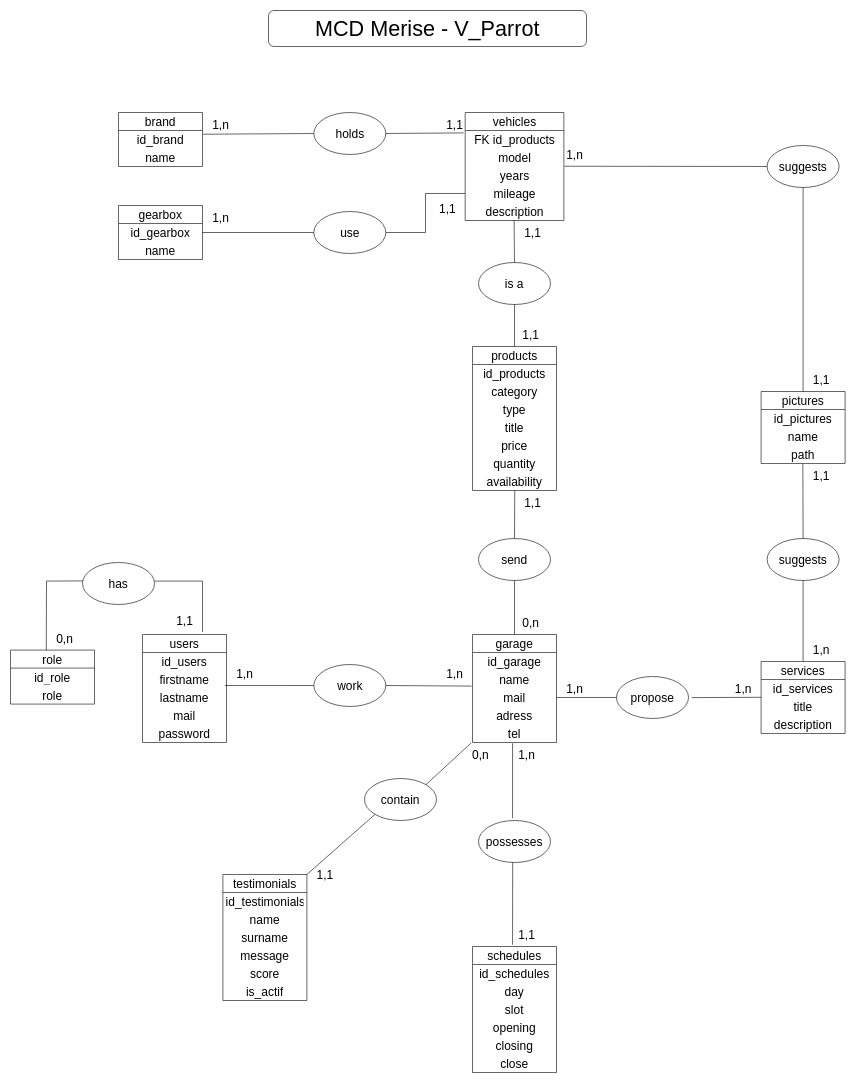
Lykoleen/SF_V_Parrot keeps this draw.io diagram as doc/MCD.drawio. Above is the earlier version. Source tidied: cells renumbered, new cells numbered last; positions are measured from the earlier drawing's top-left corner, leaving out a move shared by most shapes. Both pictures are drawn from the tidied source at 60%, with x=0, y=0 at pixel (10, 10).
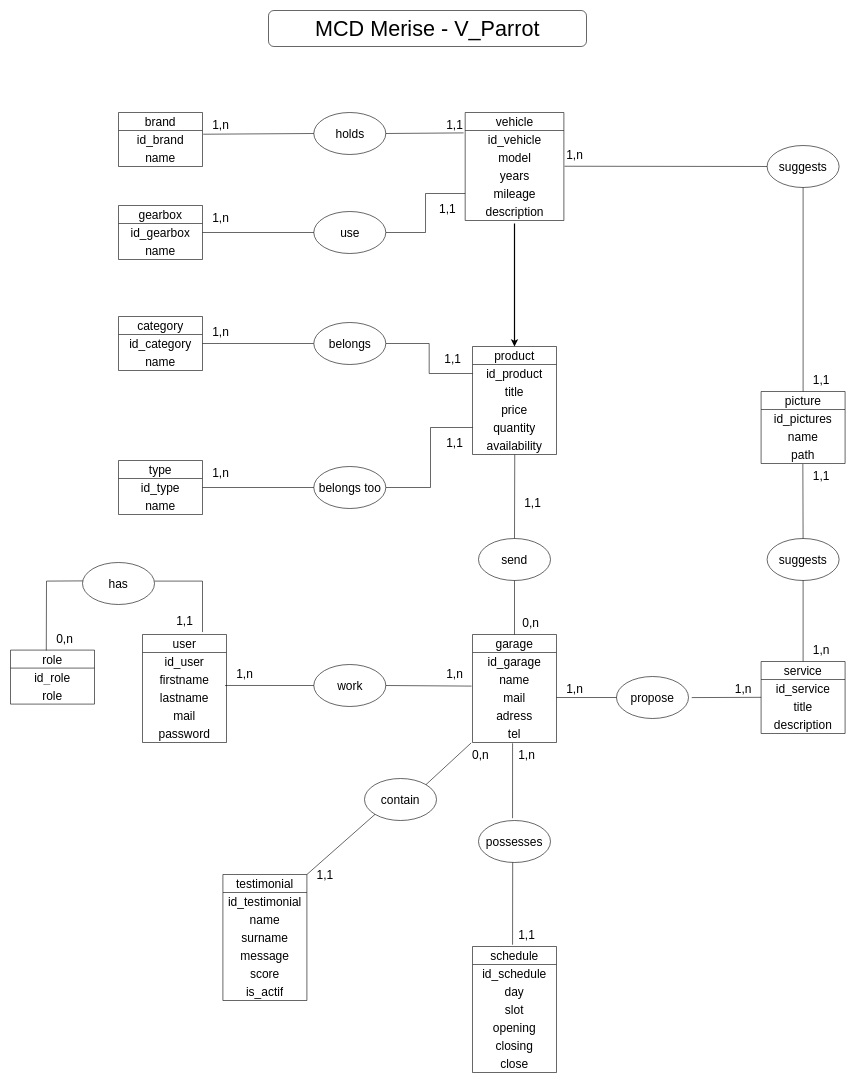
The same page after the edit.

Commit message:
Mettre à jour MCD.drawio

Unchanged cells that the change refers to:
```xml
<mxCell id="81" value="description" style="text;strokeColor=none;fillColor=none;align=center;verticalAlign=middle;spacingLeft=4;spacingRight=4;overflow=hidden;points=[[0,0.5],[1,0.5]];portConstraint=eastwest;whiteSpace=wrap;html=1;fontSize=20;" parent="76" vertex="1">
  <mxGeometry y="150" width="164.5" height="30" as="geometry" />
</mxCell>
```

The edit, as a diff of the source:
```diff
@@
-    <mxCell id="3" value="schedules" style="swimlane;fontStyle=0;horizontal=1;startSize=30;whiteSpace=wrap;html=1;align=center;fontSize=20;" parent="1" vertex="1">
+    <mxCell id="3" value="schedule" style="swimlane;fontStyle=0;horizontal=1;startSize=30;whiteSpace=wrap;html=1;align=center;fontSize=20;" parent="1" vertex="1">
       <mxGeometry x="770" y="1560" width="140" height="210" as="geometry" />
     </mxCell>
-    <mxCell id="4" value="id_schedules" style="text;strokeColor=none;fillColor=none;align=center;verticalAlign=middle;spacingLeft=4;spacingRight=4;overflow=hidden;whiteSpace=wrap;html=1;fontSize=20;" parent="3" vertex="1">
+    <mxCell id="4" value="id_schedule" style="text;strokeColor=none;fillColor=none;align=center;verticalAlign=middle;spacingLeft=4;spacingRight=4;overflow=hidden;whiteSpace=wrap;html=1;fontSize=20;" parent="3" vertex="1">
       <mxGeometry y="30" width="140" height="30" as="geometry" />
     </mxCell>
@@
-    <mxCell id="22" value="services" style="swimlane;fontStyle=0;horizontal=1;startSize=30;whiteSpace=wrap;html=1;align=center;fontSize=20;" parent="1" vertex="1">
+    <mxCell id="22" value="service" style="swimlane;fontStyle=0;horizontal=1;startSize=30;whiteSpace=wrap;html=1;align=center;fontSize=20;" parent="1" vertex="1">
       <mxGeometry x="1251" y="1085" width="140" height="120" as="geometry" />
     </mxCell>
-    <mxCell id="23" value="id_services" style="text;strokeColor=none;fillColor=none;align=center;verticalAlign=middle;spacingLeft=4;spacingRight=4;overflow=hidden;whiteSpace=wrap;html=1;fontSize=20;" parent="22" vertex="1">
+    <mxCell id="23" value="id_service" style="text;strokeColor=none;fillColor=none;align=center;verticalAlign=middle;spacingLeft=4;spacingRight=4;overflow=hidden;whiteSpace=wrap;html=1;fontSize=20;" parent="22" vertex="1">
       <mxGeometry y="30" width="140" height="30" as="geometry" />
     </mxCell>
@@
-    <mxCell id="28" value="testimonials" style="swimlane;fontStyle=0;horizontal=1;startSize=30;whiteSpace=wrap;html=1;align=center;fontSize=20;" parent="1" vertex="1">
+    <mxCell id="28" value="testimonial" style="swimlane;fontStyle=0;horizontal=1;startSize=30;whiteSpace=wrap;html=1;align=center;fontSize=20;" parent="1" vertex="1">
       <mxGeometry x="354" y="1440" width="140" height="210" as="geometry" />
     </mxCell>
-    <mxCell id="29" value="id_testimonials" style="text;strokeColor=none;fillColor=none;align=center;verticalAlign=middle;spacingLeft=4;spacingRight=4;overflow=hidden;whiteSpace=wrap;html=1;fontSize=20;" parent="28" vertex="1">
+    <mxCell id="29" value="id_testimonial" style="text;strokeColor=none;fillColor=none;align=center;verticalAlign=middle;spacingLeft=4;spacingRight=4;overflow=hidden;whiteSpace=wrap;html=1;fontSize=20;" parent="28" vertex="1">
       <mxGeometry y="30" width="140" height="30" as="geometry" />
     </mxCell>
@@
-    <mxCell id="42" value="products" style="swimlane;fontStyle=0;horizontal=1;startSize=30;whiteSpace=wrap;html=1;align=center;fontSize=20;" parent="1" vertex="1">
-      <mxGeometry x="770" y="560" width="140" height="240" as="geometry" />
+    <mxCell id="42" value="product" style="swimlane;fontStyle=0;horizontal=1;startSize=30;whiteSpace=wrap;html=1;align=center;fontSize=20;" parent="1" vertex="1">
+      <mxGeometry x="770" y="560" width="140" height="180" as="geometry" />
     </mxCell>
-    <mxCell id="43" value="id_products" style="text;strokeColor=none;fillColor=none;align=center;verticalAlign=middle;spacingLeft=4;spacingRight=4;overflow=hidden;points=[[0,0.5],[1,0.5]];portConstraint=eastwest;whiteSpace=wrap;html=1;fontSize=20;" parent="42" vertex="1">
+    <mxCell id="43" value="id_product" style="text;strokeColor=none;fillColor=none;align=center;verticalAlign=middle;spacingLeft=4;spacingRight=4;overflow=hidden;points=[[0,0.5],[1,0.5]];portConstraint=eastwest;whiteSpace=wrap;html=1;fontSize=20;" parent="42" vertex="1">
       <mxGeometry y="30" width="140" height="30" as="geometry" />
     </mxCell>
-    <mxCell id="44" value="category" style="text;strokeColor=none;fillColor=none;align=center;verticalAlign=middle;spacingLeft=4;spacingRight=4;overflow=hidden;whiteSpace=wrap;html=1;fontSize=20;" parent="42" vertex="1">
-      <mxGeometry y="60" width="140" height="30" as="geometry" />
-    </mxCell>
-    <mxCell id="45" value="type" style="text;strokeColor=none;fillColor=none;align=center;verticalAlign=middle;spacingLeft=4;spacingRight=4;overflow=hidden;whiteSpace=wrap;html=1;fontSize=20;" parent="42" vertex="1">
-      <mxGeometry y="90" width="140" height="30" as="geometry" />
-    </mxCell>
     <mxCell id="46" value="title" style="text;strokeColor=none;fillColor=none;align=center;verticalAlign=middle;spacingLeft=4;spacingRight=4;overflow=hidden;whiteSpace=wrap;html=1;fontSize=20;" parent="42" vertex="1">
-      <mxGeometry y="120" width="140" height="30" as="geometry" />
+      <mxGeometry y="60" width="140" height="30" as="geometry" />
     </mxCell>
     <mxCell id="47" value="price" style="text;strokeColor=none;fillColor=none;align=center;verticalAlign=middle;spacingLeft=4;spacingRight=4;overflow=hidden;whiteSpace=wrap;html=1;fontSize=20;" parent="42" vertex="1">
-      <mxGeometry y="150" width="140" height="30" as="geometry" />
+      <mxGeometry y="90" width="140" height="30" as="geometry" />
     </mxCell>
     <mxCell id="48" value="quantity" style="text;strokeColor=none;fillColor=none;align=center;verticalAlign=middle;spacingLeft=4;spacingRight=4;overflow=hidden;points=[[0,0.5],[1,0.5]];portConstraint=eastwest;whiteSpace=wrap;html=1;fontSize=20;" parent="42" vertex="1">
-      <mxGeometry y="180" width="140" height="30" as="geometry" />
+      <mxGeometry y="120" width="140" height="30" as="geometry" />
     </mxCell>
     <mxCell id="49" value="availability" style="text;strokeColor=none;fillColor=none;align=center;verticalAlign=middle;spacingLeft=4;spacingRight=4;overflow=hidden;points=[[0,0.5],[1,0.5]];portConstraint=eastwest;whiteSpace=wrap;html=1;fontSize=20;" parent="42" vertex="1">
-      <mxGeometry y="210" width="140" height="30" as="geometry" />
+      <mxGeometry y="150" width="140" height="30" as="geometry" />
     </mxCell>
@@
-    <mxCell id="55" value="users" style="swimlane;fontStyle=0;horizontal=1;startSize=30;whiteSpace=wrap;html=1;align=center;fontSize=20;" parent="1" vertex="1">
+    <mxCell id="55" value="user" style="swimlane;fontStyle=0;horizontal=1;startSize=30;whiteSpace=wrap;html=1;align=center;fontSize=20;" parent="1" vertex="1">
       <mxGeometry x="220" y="1040" width="140" height="180" as="geometry" />
     </mxCell>
-    <mxCell id="56" value="id_users" style="text;strokeColor=none;fillColor=none;align=center;verticalAlign=middle;spacingLeft=4;spacingRight=4;overflow=hidden;whiteSpace=wrap;html=1;fontSize=20;" parent="55" vertex="1">
+    <mxCell id="56" value="id_user" style="text;strokeColor=none;fillColor=none;align=center;verticalAlign=middle;spacingLeft=4;spacingRight=4;overflow=hidden;whiteSpace=wrap;html=1;fontSize=20;" parent="55" vertex="1">
       <mxGeometry y="30" width="140" height="30" as="geometry" />
     </mxCell>
@@
-    <mxCell id="76" value="vehicles" style="swimlane;fontStyle=0;horizontal=1;startSize=30;whiteSpace=wrap;html=1;align=center;fontSize=20;" parent="1" vertex="1">
+    <mxCell id="76" value="vehicle" style="swimlane;fontStyle=0;horizontal=1;startSize=30;whiteSpace=wrap;html=1;align=center;fontSize=20;" parent="1" vertex="1">
       <mxGeometry x="757.8" y="170" width="164.5" height="180" as="geometry" />
     </mxCell>
-    <mxCell id="77" value="FK id_products" style="text;strokeColor=none;fillColor=none;align=center;verticalAlign=middle;spacingLeft=4;spacingRight=4;overflow=hidden;points=[[0,0.5],[1,0.5]];portConstraint=eastwest;whiteSpace=wrap;html=1;fontSize=20;" parent="76" vertex="1">
+    <mxCell id="77" value="id_vehicle" style="text;strokeColor=none;fillColor=none;align=center;verticalAlign=middle;spacingLeft=4;spacingRight=4;overflow=hidden;points=[[0,0.5],[1,0.5]];portConstraint=eastwest;whiteSpace=wrap;html=1;fontSize=20;" parent="76" vertex="1">
       <mxGeometry y="30" width="164.5" height="30" as="geometry" />
     </mxCell>
@@
-    <mxCell id="82" value="is a" style="ellipse;whiteSpace=wrap;html=1;fontSize=20;" parent="1" vertex="1">
-      <mxGeometry x="780" y="420" width="120" height="70" as="geometry" />
-    </mxCell>
-    <mxCell id="83" style="endArrow=none;html=1;rounded=0;entryX=0.5;entryY=1;entryDx=0;entryDy=0;exitX=0.5;exitY=0;exitDx=0;exitDy=0;" parent="1" edge="1" source="42" target="82">
-      <mxGeometry relative="1" as="geometry" />
+    <mxCell id="83" style="endArrow=none;html=1;rounded=0;entryX=0.5;entryY=1.167;entryDx=0;entryDy=0;exitX=0.5;exitY=0;exitDx=0;exitDy=0;entryPerimeter=0;strokeWidth=2;startArrow=classic;startFill=1;" parent="1" edge="1">
+      <mxGeometry relative="1" as="geometry">
+        <mxPoint x="840" y="560" as="sourcePoint" />
+        <mxPoint x="840" y="355" as="targetPoint" />
+      </mxGeometry>
     </mxCell>
-    <mxCell id="84" style="endArrow=none;html=1;rounded=0;exitX=0.5;exitY=0;exitDx=0;exitDy=0;entryX=0.496;entryY=1.002;entryDx=0;entryDy=0;entryPerimeter=0;" parent="1" edge="1" source="82" target="81">
-      <mxGeometry relative="1" as="geometry" />
-    </mxCell>
-    <mxCell id="85" value="1,1" style="text;html=1;align=center;verticalAlign=middle;strokeColor=none;fillColor=none;fontSize=20;" parent="1" vertex="1">
-      <mxGeometry x="837" y="520" width="60" height="40" as="geometry" />
-    </mxCell>
@@
-    <mxCell id="98" value="1,1" style="text;html=1;align=center;verticalAlign=middle;strokeColor=none;fillColor=none;fontSize=20;" parent="1" vertex="1">
-      <mxGeometry x="840" y="350" width="60" height="40" as="geometry" />
-    </mxCell>
@@
-    <mxCell id="103" value="pictures" style="swimlane;fontStyle=0;horizontal=1;startSize=30;whiteSpace=wrap;html=1;align=center;fontSize=20;" parent="1" vertex="1">
+    <mxCell id="103" value="picture" style="swimlane;fontStyle=0;horizontal=1;startSize=30;whiteSpace=wrap;html=1;align=center;fontSize=20;" parent="1" vertex="1">
       <mxGeometry x="1251" y="635" width="140" height="120" as="geometry" />
     </mxCell>
@@
+    <mxCell id="44" value="category" style="swimlane;fontStyle=0;horizontal=1;startSize=30;whiteSpace=wrap;html=1;align=center;fontSize=20;" parent="1" vertex="1">
+      <mxGeometry x="180" y="510" width="140" height="90" as="geometry" />
+    </mxCell>
+    <mxCell id="117" value="id_category" style="text;strokeColor=none;fillColor=none;align=center;verticalAlign=middle;spacingLeft=4;spacingRight=4;overflow=hidden;points=[[0,0.5],[1,0.5]];portConstraint=eastwest;whiteSpace=wrap;html=1;fontSize=20;" parent="44" vertex="1">
+      <mxGeometry y="30" width="140" height="30" as="geometry" />
+    </mxCell>
+    <mxCell id="118" value="name" style="text;strokeColor=none;fillColor=none;align=center;verticalAlign=middle;spacingLeft=4;spacingRight=4;overflow=hidden;whiteSpace=wrap;html=1;fontSize=20;" parent="44" vertex="1">
+      <mxGeometry y="60" width="140" height="30" as="geometry" />
+    </mxCell>
+    <mxCell id="45" value="type" style="swimlane;fontStyle=0;horizontal=1;startSize=30;whiteSpace=wrap;html=1;align=center;fontSize=20;" parent="1" vertex="1">
+      <mxGeometry x="180" y="750" width="140" height="90" as="geometry" />
+    </mxCell>
+    <mxCell id="119" value="id_type" style="text;strokeColor=none;fillColor=none;align=center;verticalAlign=middle;spacingLeft=4;spacingRight=4;overflow=hidden;points=[[0,0.5],[1,0.5]];portConstraint=eastwest;whiteSpace=wrap;html=1;fontSize=20;" parent="45" vertex="1">
+      <mxGeometry y="30" width="140" height="30" as="geometry" />
+    </mxCell>
+    <mxCell id="120" value="name" style="text;strokeColor=none;fillColor=none;align=center;verticalAlign=middle;spacingLeft=4;spacingRight=4;overflow=hidden;whiteSpace=wrap;html=1;fontSize=20;" parent="45" vertex="1">
+      <mxGeometry y="60" width="140" height="30" as="geometry" />
+    </mxCell>
+    <mxCell id="121" style="edgeStyle=orthogonalEdgeStyle;rounded=0;jettySize=auto;html=1;entryX=1;entryY=0.5;entryDx=0;entryDy=0;endArrow=none;endFill=0;" parent="1" edge="1" source="123" target="117">
+      <mxGeometry relative="1" as="geometry" />
+    </mxCell>
+    <mxCell id="122" style="edgeStyle=orthogonalEdgeStyle;rounded=0;jettySize=auto;html=1;entryX=0;entryY=0.5;entryDx=0;entryDy=0;endArrow=none;endFill=0;" parent="1" edge="1" source="123" target="43">
+      <mxGeometry relative="1" as="geometry" />
+    </mxCell>
+    <mxCell id="123" value="belongs" style="ellipse;whiteSpace=wrap;html=1;fontSize=20;" parent="1" vertex="1">
+      <mxGeometry x="505.5" y="520" width="120" height="70" as="geometry" />
+    </mxCell>
+    <mxCell id="124" style="edgeStyle=orthogonalEdgeStyle;rounded=0;jettySize=auto;html=1;entryX=0;entryY=0.5;entryDx=0;entryDy=0;endArrow=none;endFill=0;" parent="1" edge="1" source="125" target="48">
+      <mxGeometry relative="1" as="geometry">
+        <Array as="points">
+          <mxPoint x="700" y="795" />
+          <mxPoint x="700" y="695" />
+        </Array>
+      </mxGeometry>
+    </mxCell>
+    <mxCell id="125" value="belongs too" style="ellipse;whiteSpace=wrap;html=1;fontSize=20;" parent="1" vertex="1">
+      <mxGeometry x="505.5" y="760" width="120" height="70" as="geometry" />
+    </mxCell>
+    <mxCell id="126" value="1,1" style="text;html=1;align=center;verticalAlign=middle;strokeColor=none;fillColor=none;fontSize=20;" parent="1" vertex="1">
+      <mxGeometry x="707" y="560" width="60" height="40" as="geometry" />
+    </mxCell>
+    <mxCell id="127" value="1,n" style="text;html=1;align=center;verticalAlign=middle;strokeColor=none;fillColor=none;fontSize=20;" parent="1" vertex="1">
+      <mxGeometry x="320" y="515" width="60" height="40" as="geometry" />
+    </mxCell>
+    <mxCell id="128" style="edgeStyle=orthogonalEdgeStyle;rounded=0;jettySize=auto;html=1;exitX=1;exitY=0.5;exitDx=0;exitDy=0;entryX=0;entryY=0.5;entryDx=0;entryDy=0;endArrow=none;endFill=0;" parent="1" edge="1" source="119" target="125">
+      <mxGeometry relative="1" as="geometry" />
+    </mxCell>
+    <mxCell id="129" value="1,1" style="text;html=1;align=center;verticalAlign=middle;strokeColor=none;fillColor=none;fontSize=20;" parent="1" vertex="1">
+      <mxGeometry x="710" y="700" width="60" height="40" as="geometry" />
+    </mxCell>
+    <mxCell id="130" value="1,n" style="text;html=1;align=center;verticalAlign=middle;strokeColor=none;fillColor=none;fontSize=20;" parent="1" vertex="1">
+      <mxGeometry x="320" y="750" width="60" height="40" as="geometry" />
+    </mxCell>
```
